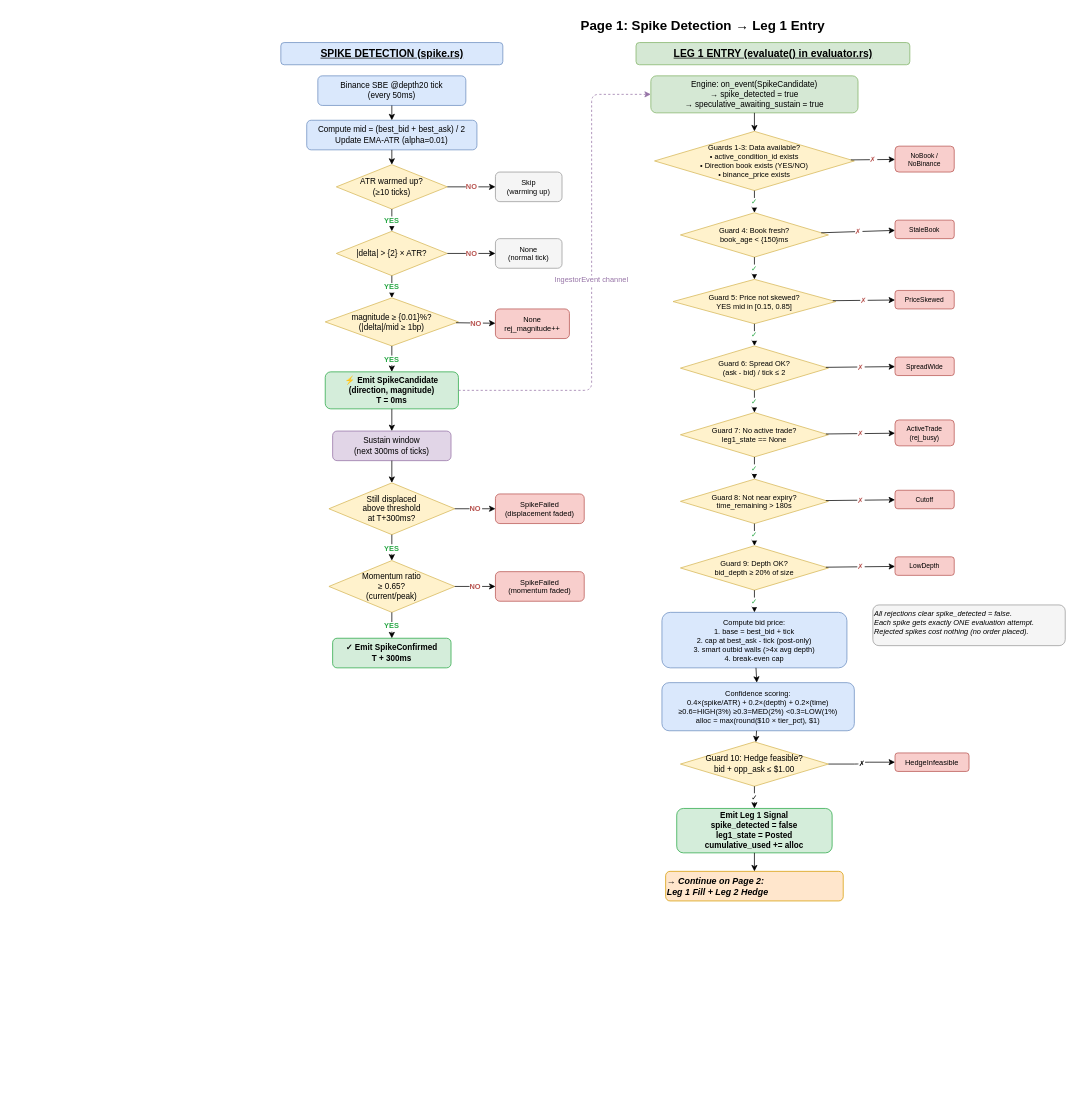
This is page "1. Spike Detection → Leg 1 Entry" (1 of 4) of trading_flow.drawio from ranveerbains/FaCaiBot, a draw.io file, before an edit. Source tidied: cells renumbered, new cells numbered last; positions are measured from the earlier drawing's top-left corner, leaving out a move shared by most shapes. Both pictures are drawn from the tidied source at 74%, with x=0, y=0 at pixel (280, 13).
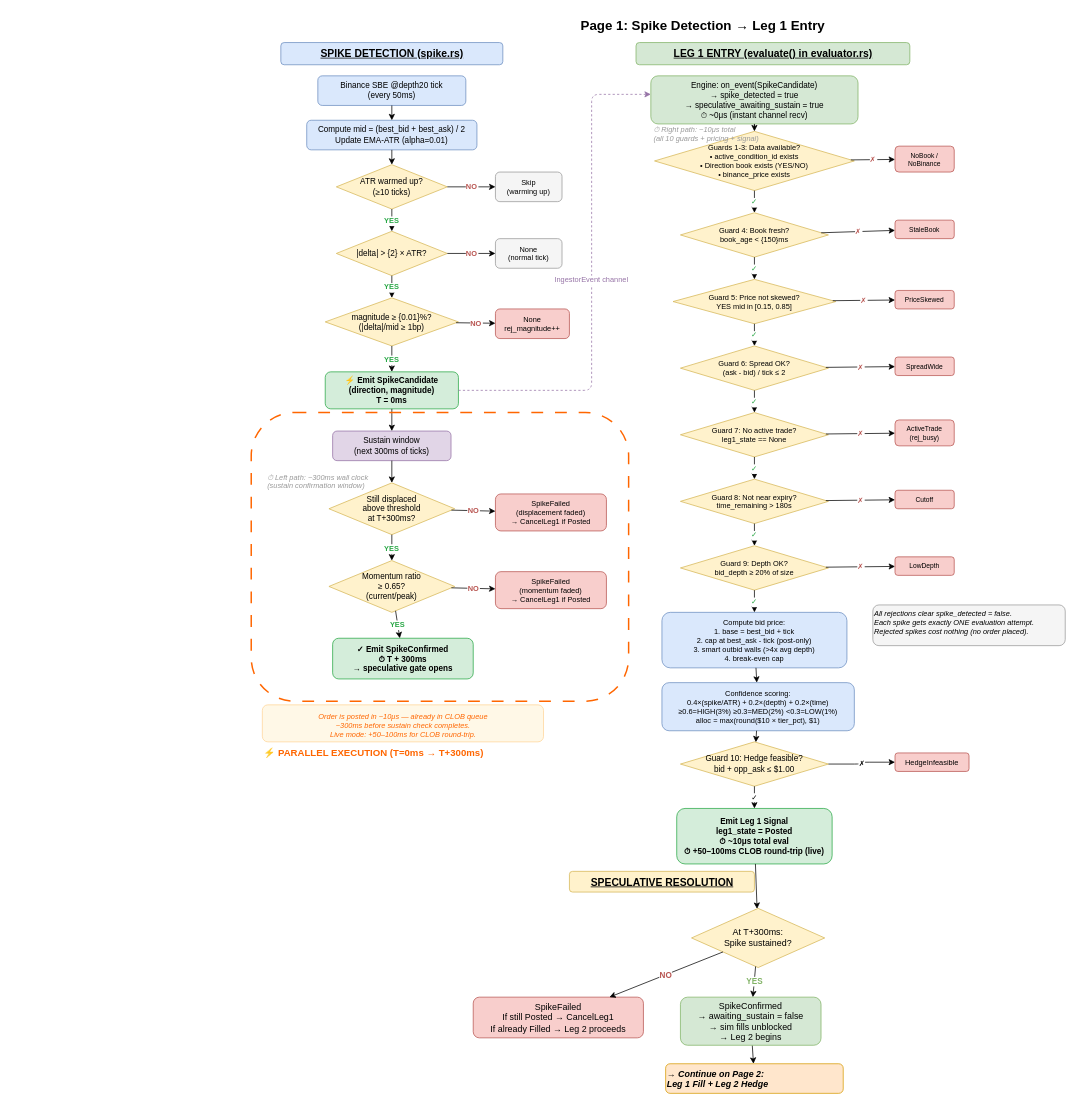
The same page after the edit.

The change refers to these unchanged cells:
```xml
<mxCell id="73" value="Guard 10: Hedge feasible?&#10;bid + opp_ask ≤ $1.00" style="rhombus;whiteSpace=wrap;html=1;fontSize=11;fillColor=#fff2cc;strokeColor=#d6b656;" parent="1" vertex="1">
  <mxGeometry x="540" y="985" width="200" height="60" as="geometry" />
</mxCell>
```

Change to the diagram source:
```diff
@@
-    <mxCell id="13" value="✓ Emit SpikeConfirmed&#10;T + 300ms" style="rounded=1;whiteSpace=wrap;html=1;fillColor=#d4edda;strokeColor=#28a745;fontSize=11;fontStyle=1;" parent="1" vertex="1">
-      <mxGeometry x="70" y="845" width="160" height="40" as="geometry" />
+    <mxCell id="13" value="✓ Emit SpikeConfirmed&#10;⏱ T + 300ms&#10;→ speculative gate opens" style="rounded=1;whiteSpace=wrap;html=1;fillColor=#d4edda;strokeColor=#28a745;fontSize=11;fontStyle=1;" parent="1" vertex="1">
+      <mxGeometry x="70" y="845" width="190" height="55" as="geometry" />
     </mxCell>
@@
-    <mxCell id="17" value="SpikeFailed&#10;(displacement faded)" style="rounded=1;whiteSpace=wrap;html=1;fillColor=#f8cecc;strokeColor=#b85450;fontSize=10;" parent="1" vertex="1">
-      <mxGeometry x="290" y="650" width="120" height="40" as="geometry" />
+    <mxCell id="17" value="SpikeFailed&#10;(displacement faded)&#10;→ CancelLeg1 if Posted" style="rounded=1;whiteSpace=wrap;html=1;fillColor=#f8cecc;strokeColor=#b85450;fontSize=10;" parent="1" vertex="1">
+      <mxGeometry x="290" y="650" width="150" height="50" as="geometry" />
     </mxCell>
-    <mxCell id="18" value="SpikeFailed&#10;(momentum faded)" style="rounded=1;whiteSpace=wrap;html=1;fillColor=#f8cecc;strokeColor=#b85450;fontSize=10;" parent="1" vertex="1">
-      <mxGeometry x="290" y="755" width="120" height="40" as="geometry" />
+    <mxCell id="18" value="SpikeFailed&#10;(momentum faded)&#10;→ CancelLeg1 if Posted" style="rounded=1;whiteSpace=wrap;html=1;fillColor=#f8cecc;strokeColor=#b85450;fontSize=10;" parent="1" vertex="1">
+      <mxGeometry x="290" y="755" width="150" height="50" as="geometry" />
     </mxCell>
@@
-    <mxCell id="34" value="Engine: on_event(SpikeCandidate)&#10;→ spike_detected = true&#10;→ speculative_awaiting_sustain = true" style="rounded=1;whiteSpace=wrap;html=1;fillColor=#d5e8d4;strokeColor=#82b366;fontSize=11;" parent="1" vertex="1">
-      <mxGeometry x="500" y="85" width="280" height="50" as="geometry" />
+    <mxCell id="34" value="Engine: on_event(SpikeCandidate)&#10;→ spike_detected = true&#10;→ speculative_awaiting_sustain = true&#10;⏱ ~0μs (instant channel recv)" style="rounded=1;whiteSpace=wrap;html=1;fillColor=#d5e8d4;strokeColor=#82b366;fontSize=11;" parent="1" vertex="1">
+      <mxGeometry x="500" y="85" width="280" height="65" as="geometry" />
     </mxCell>
@@
-    <mxCell id="51" value="Emit Leg 1 Signal&#10;spike_detected = false&#10;leg1_state = Posted&#10;cumulative_used += alloc" style="rounded=1;whiteSpace=wrap;html=1;fillColor=#d4edda;strokeColor=#28a745;fontSize=11;fontStyle=1;" parent="1" vertex="1">
-      <mxGeometry x="535" y="1075" width="210" height="60" as="geometry" />
+    <mxCell id="51" value="Emit Leg 1 Signal&#10;leg1_state = Posted&#10;⏱ ~10μs total eval&#10;⏱ +50–100ms CLOB round-trip (live)" style="rounded=1;whiteSpace=wrap;html=1;fillColor=#d4edda;strokeColor=#28a745;fontSize=11;fontStyle=1;" parent="1" vertex="1">
+      <mxGeometry x="535" y="1075" width="210" height="75" as="geometry" />
     </mxCell>
@@
     <mxCell id="71" value="→ Continue on Page 2:&#10;Leg 1 Fill + Leg 2 Hedge" style="text;html=1;fontSize=12;fontStyle=3;fillColor=#ffe6cc;strokeColor=#d79b00;rounded=1;" parent="1" vertex="1">
-      <mxGeometry x="520" y="1160" width="240" height="40" as="geometry" />
+      <mxGeometry x="520" y="1420" width="240" height="40" as="geometry" />
     </mxCell>
-    <mxCell id="72" parent="1" edge="1" source="51" target="71">
+    <mxCell id="72" parent="1" edge="1" source="84" target="71">
       <mxGeometry relative="1" as="geometry" />
     </mxCell>
@@
-    <mxCell id="75" value="✓" style="edgeStyle=orthogonalEdgeStyle;rounded=1;jettySize=auto;html=1;fontSize=10;exitX=0.5;exitY=1;exitDx=0;exitDy=0;" parent="1" edge="1" source="73" target="51">
+    <mxCell id="75" value="✓" style="edgeStyle=orthogonalEdgeStyle;rounded=1;jettySize=auto;html=1;fontSize=10;" parent="1" edge="1" source="73" target="51">
       <mxGeometry relative="1" as="geometry" />
     </mxCell>
@@
+    <mxCell id="77" style="rounded=1;dashed=1;dashPattern=8 8;strokeColor=#FF6600;strokeWidth=2;fillColor=none;" parent="1" vertex="1">
+      <mxGeometry x="-40" y="540" width="510" height="390" as="geometry" />
+    </mxCell>
+    <mxCell id="78" value="⚡ PARALLEL EXECUTION (T=0ms → T+300ms)" style="text;html=1;fontSize=13;fontStyle=1;fontColor=#FF6600;align=center;verticalAlign=top;" parent="1" vertex="1">
+      <mxGeometry x="-362.5" y="985" width="975" height="22" as="geometry" />
+    </mxCell>
+    <mxCell id="79" value="⏱ Left path: ~300ms wall clock&#10;(sustain confirmation window)" style="text;html=1;fontSize=10;fontStyle=2;fontColor=#999999;align=left;" parent="1" vertex="1">
+      <mxGeometry x="-20" y="615" width="250" height="30" as="geometry" />
+    </mxCell>
+    <mxCell id="80" value="⏱ Right path: ~10μs total&#10;(all 10 guards + pricing + signal)" style="text;html=1;fontSize=10;fontStyle=2;fontColor=#999999;align=left;" parent="1" vertex="1">
+      <mxGeometry x="502" y="145" width="250" height="30" as="geometry" />
+    </mxCell>
+    <mxCell id="81" value="Order is posted in ~10μs — already in CLOB queue&#10;~300ms before sustain check completes.&#10;Live mode: +50–100ms for CLOB round-trip." style="text;html=1;fontSize=10;fontStyle=2;fontColor=#FF6600;align=center;fillColor=#FFF8E7;strokeColor=#FFD699;rounded=1;spacingTop=4;spacingBottom=4;" parent="1" vertex="1">
+      <mxGeometry x="-25" y="935" width="380" height="50" as="geometry" />
+    </mxCell>
+    <mxCell id="82" value="SPECULATIVE RESOLUTION" style="text;html=1;fontSize=14;fontStyle=5;align=center;fillColor=#fff2cc;strokeColor=#d6b656;rounded=1;" parent="1" vertex="1">
+      <mxGeometry x="390" y="1160" width="250" height="28" as="geometry" />
+    </mxCell>
+    <mxCell id="83" value="At T+300ms:&#10;Spike sustained?" style="rhombus;whiteSpace=wrap;html=1;fillColor=#fff2cc;strokeColor=#d6b656;" parent="1" vertex="1">
+      <mxGeometry x="555" y="1210" width="180" height="80" as="geometry" />
+    </mxCell>
+    <mxCell id="84" value="SpikeConfirmed&#10;→ awaiting_sustain = false&#10;→ sim fills unblocked&#10;→ Leg 2 begins" style="rounded=1;whiteSpace=wrap;html=1;fillColor=#d5e8d4;strokeColor=#82b366;" parent="1" vertex="1">
+      <mxGeometry x="540" y="1330" width="190" height="65" as="geometry" />
+    </mxCell>
+    <mxCell id="85" value="SpikeFailed&#10;If still Posted → CancelLeg1&#10;If already Filled → Leg 2 proceeds" style="rounded=1;whiteSpace=wrap;html=1;fillColor=#f8cecc;strokeColor=#b85450;" parent="1" vertex="1">
+      <mxGeometry x="260" y="1330" width="230" height="55" as="geometry" />
+    </mxCell>
+    <mxCell id="86" style="endArrow=classic;html=1;" parent="1" edge="1" source="51" target="83">
+      <mxGeometry relative="1" as="geometry" />
+    </mxCell>
+    <mxCell id="87" value="YES" style="endArrow=classic;html=1;fontStyle=1;fontColor=#82b366;" parent="1" edge="1" source="83" target="84">
+      <mxGeometry relative="1" as="geometry" />
+    </mxCell>
+    <mxCell id="88" value="NO" style="endArrow=classic;html=1;fontStyle=1;fontColor=#b85450;" parent="1" edge="1" source="83" target="85">
+      <mxGeometry relative="1" as="geometry" />
+    </mxCell>
```
